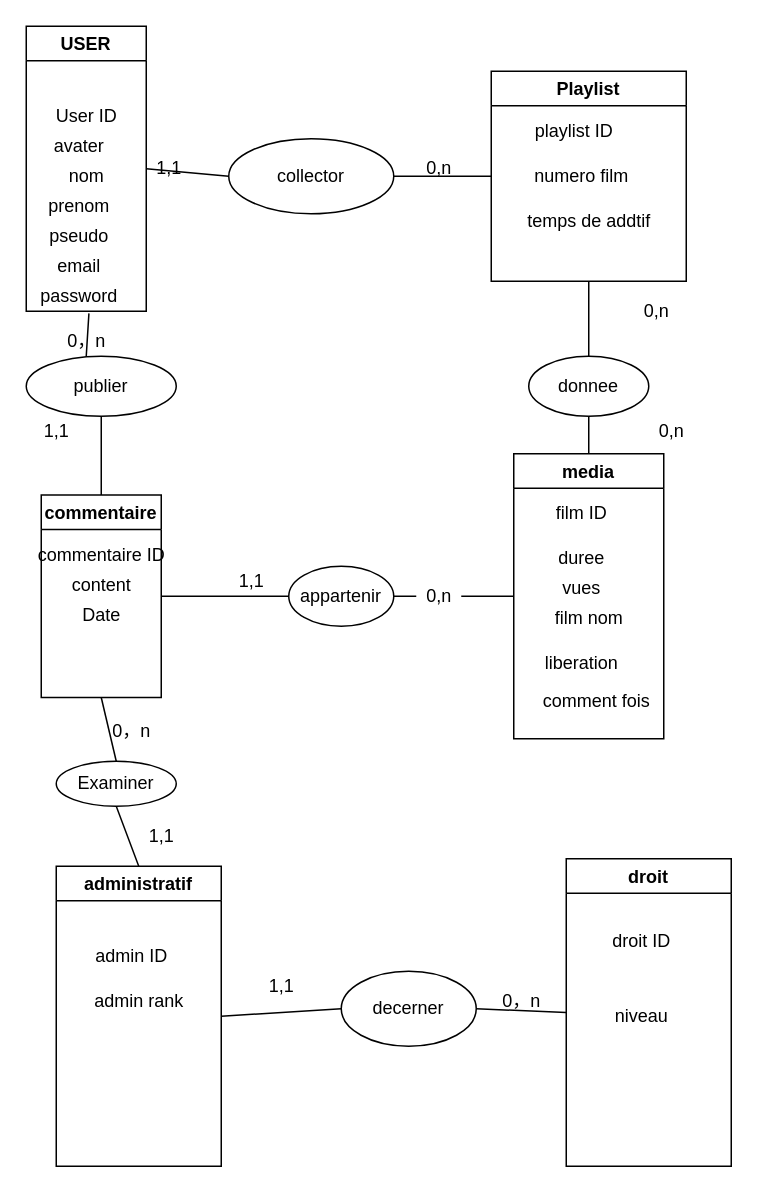
Above: public/MCD CDAW JIaQi Hao.drawio in HaoJi4037/uv-cdaw-2022 (draw.io), before the change. Source tidied: cells renumbered, new cells numbered last; positions are measured from the earlier drawing's top-left corner, leaving out a move shared by most shapes. Both pictures are drawn from the tidied source at 150%, with x=0, y=0 at pixel (26, 26).
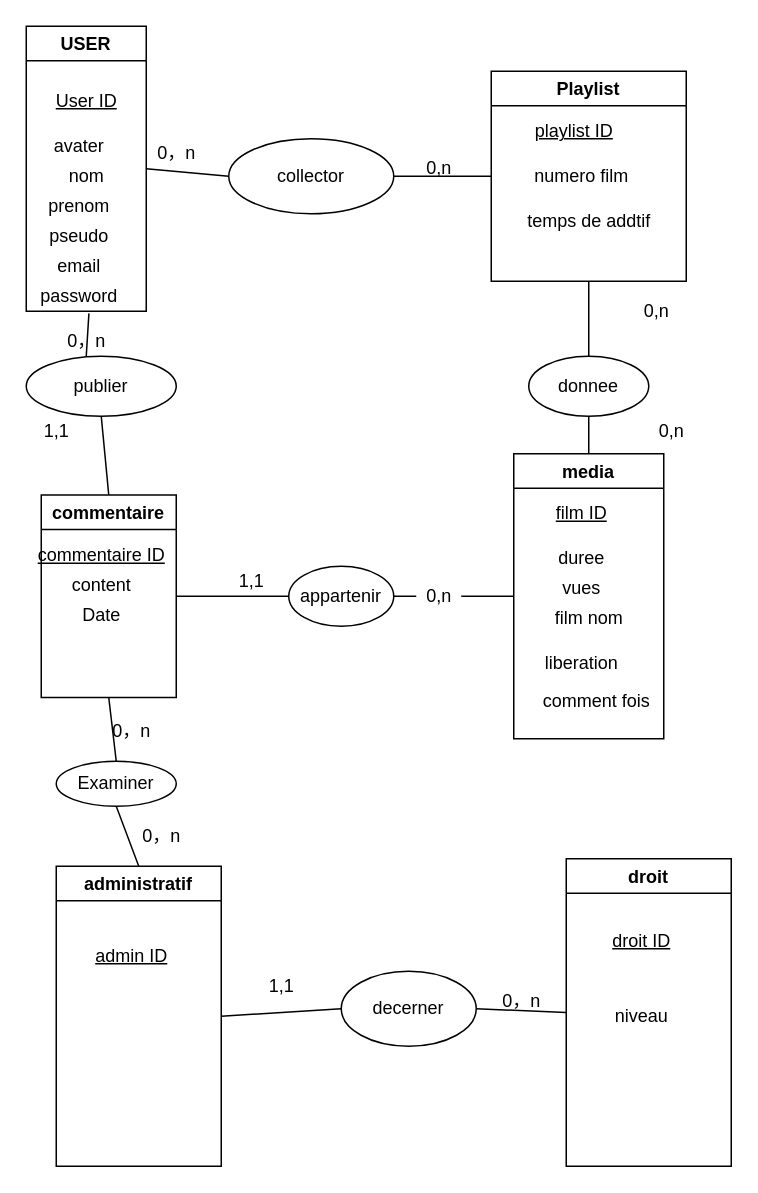
Above is the later version.

Unchanged cells that the change refers to:
```xml
<mxCell id="2" value="USER" style="swimlane;" parent="1" vertex="1">
  <mxGeometry width="80" height="190" as="geometry" />
</mxCell>
<mxCell id="14" value="Playlist" style="swimlane;" parent="1" vertex="1">
  <mxGeometry x="310" y="30" width="130" height="140" as="geometry" />
</mxCell>
<mxCell id="22" value="media" style="swimlane;" parent="1" vertex="1">
  <mxGeometry x="325" y="285" width="100" height="190" as="geometry" />
</mxCell>
<mxCell id="49" value="administratif" style="swimlane;" parent="1" vertex="1">
  <mxGeometry x="20" y="560" width="110" height="200" as="geometry" />
</mxCell>
<mxCell id="57" value="droit" style="swimlane;" parent="1" vertex="1">
  <mxGeometry x="360" y="555" width="110" height="205" as="geometry" />
</mxCell>
```

Change to the diagram source:
```diff
@@
-    <mxCell id="3" value="User ID" style="text;html=1;align=center;verticalAlign=middle;strokeColor=none;fillColor=none;" parent="2" vertex="1">
-      <mxGeometry x="10" y="50" width="60" height="20" as="geometry" />
+    <mxCell id="3" value="User ID" style="text;html=1;align=center;verticalAlign=middle;strokeColor=none;fillColor=none;fontStyle=4;" parent="2" vertex="1">
+      <mxGeometry x="10" y="40" width="60" height="20" as="geometry" />
     </mxCell>
@@
-    <mxCell id="12" value="1,1" style="text;html=1;align=center;verticalAlign=middle;strokeColor=none;fillColor=none;" parent="1" vertex="1">
-      <mxGeometry x="80" y="85" width="30" height="20" as="geometry" />
+    <mxCell id="12" value="0，n" style="text;html=1;align=center;verticalAlign=middle;strokeColor=none;fillColor=none;" parent="1" vertex="1">
+      <mxGeometry x="80" y="75" width="40" height="20" as="geometry" />
     </mxCell>
@@
-    <mxCell id="17" value="playlist ID" style="text;html=1;align=center;verticalAlign=middle;strokeColor=none;fillColor=none;" parent="14" vertex="1">
+    <mxCell id="17" value="playlist ID" style="text;html=1;align=center;verticalAlign=middle;strokeColor=none;fillColor=none;fontStyle=4;" parent="14" vertex="1">
       <mxGeometry x="20" y="30" width="70" height="20" as="geometry" />
     </mxCell>
@@
-    <mxCell id="25" value="film ID" style="text;html=1;align=center;verticalAlign=middle;strokeColor=none;fillColor=none;" parent="22" vertex="1">
+    <mxCell id="25" value="film ID" style="text;html=1;align=center;verticalAlign=middle;strokeColor=none;fillColor=none;fontStyle=4;" parent="22" vertex="1">
       <mxGeometry x="20" y="30" width="50" height="20" as="geometry" />
     </mxCell>
@@
     <mxCell id="35" value="commentaire" style="swimlane;" parent="1" vertex="1">
-      <mxGeometry x="10" y="312.5" width="80" height="135" as="geometry" />
+      <mxGeometry x="10" y="312.5" width="90" height="135" as="geometry" />
     </mxCell>
-    <mxCell id="36" value="commentaire ID" style="text;html=1;align=center;verticalAlign=middle;strokeColor=none;fillColor=none;" parent="35" vertex="1">
+    <mxCell id="36" value="commentaire ID" style="text;html=1;align=center;verticalAlign=middle;strokeColor=none;fillColor=none;fontStyle=4;" parent="35" vertex="1">
       <mxGeometry x="-10" y="30" width="100" height="20" as="geometry" />
     </mxCell>
@@
-    <mxCell id="50" value="admin rank" style="text;html=1;align=center;verticalAlign=middle;strokeColor=none;fillColor=none;" parent="49" vertex="1">
-      <mxGeometry x="20" y="80" width="70" height="20" as="geometry" />
-    </mxCell>
@@
-    <mxCell id="52" value="admin ID" style="text;html=1;align=center;verticalAlign=middle;strokeColor=none;fillColor=none;" parent="1" vertex="1">
+    <mxCell id="52" value="admin ID" style="text;html=1;align=center;verticalAlign=middle;strokeColor=none;fillColor=none;fontStyle=4;" parent="1" vertex="1">
       <mxGeometry x="40" y="610" width="60" height="20" as="geometry" />
     </mxCell>
@@
-    <mxCell id="55" value="1,1" style="text;html=1;align=center;verticalAlign=middle;strokeColor=none;fillColor=none;" parent="1" vertex="1">
-      <mxGeometry x="75" y="530" width="30" height="20" as="geometry" />
+    <mxCell id="55" value="0，n" style="text;html=1;align=center;verticalAlign=middle;strokeColor=none;fillColor=none;" parent="1" vertex="1">
+      <mxGeometry x="70" y="530" width="40" height="20" as="geometry" />
     </mxCell>
@@
-    <mxCell id="58" value="droit ID" style="text;html=1;align=center;verticalAlign=middle;strokeColor=none;fillColor=none;" parent="57" vertex="1">
+    <mxCell id="58" value="droit ID" style="text;html=1;align=center;verticalAlign=middle;strokeColor=none;fillColor=none;fontStyle=4;" parent="57" vertex="1">
       <mxGeometry x="25" y="45" width="50" height="20" as="geometry" />
     </mxCell>
```
